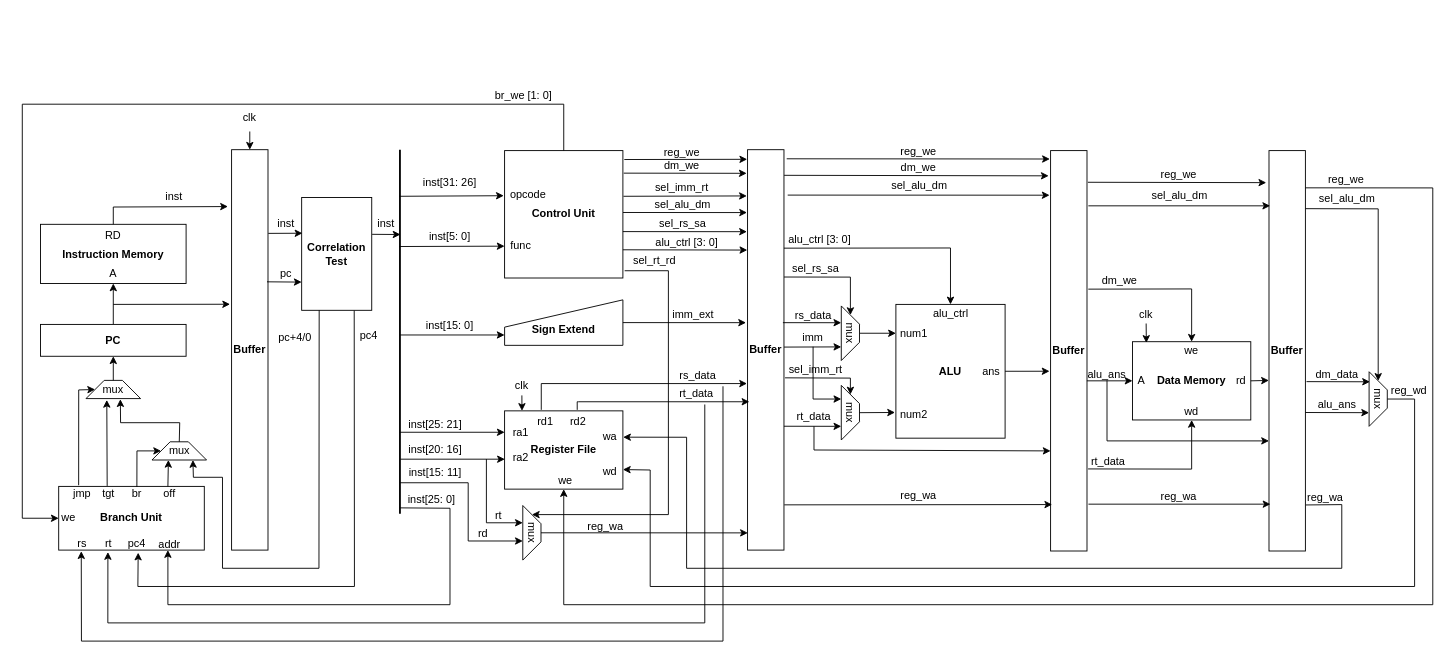
bingo123122121/pipelineCPU-group keeps this draw.io diagram as 流水线CPU.drawio. Above is the earlier version. Source tidied: cells renumbered, new cells numbered last; positions are measured from the earlier drawing's top-left corner, leaving out a move shared by most shapes. Both pictures are drawn from the tidied source at 91%, with x=0, y=0 at pixel (22, 86).
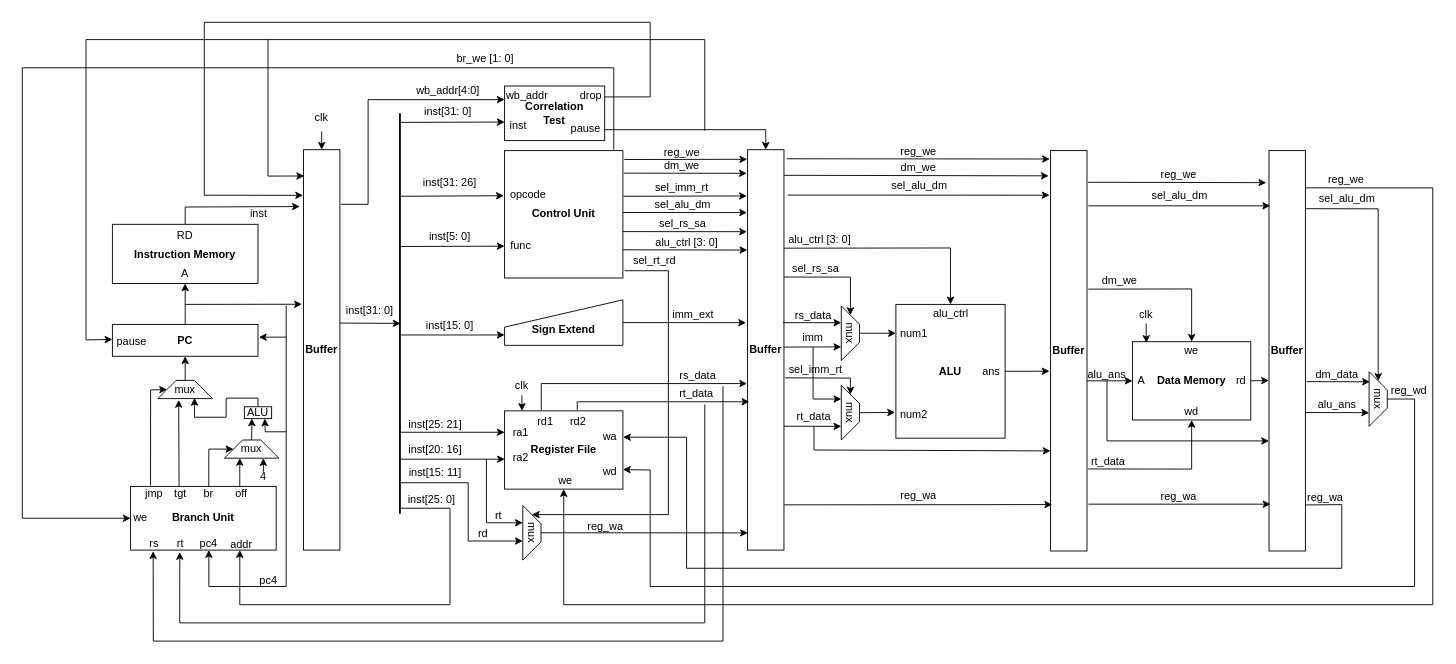
The same diagram, later.

Commit message:
上传流程图

The change refers to these unchanged cells:
```xml
<mxCell id="8" value="&lt;b&gt;Control Unit&lt;/b&gt;" style="rounded=0;whiteSpace=wrap;html=1;" parent="1" vertex="1">
  <mxGeometry x="530" y="70" width="130" height="140" as="geometry" />
</mxCell>
<mxCell id="40" value="&lt;b&gt;Buffer&lt;/b&gt;" style="rounded=0;whiteSpace=wrap;html=1;" parent="1" vertex="1">
  <mxGeometry x="797" y="69" width="40" height="440" as="geometry" />
</mxCell>
```

What changed in the source:
```diff
@@
     <mxCell id="2" value="&lt;b&gt;Buffer&lt;/b&gt;" style="rounded=0;whiteSpace=wrap;html=1;" parent="1" vertex="1">
-      <mxGeometry x="230" y="69" width="40" height="440" as="geometry" />
+      <mxGeometry x="309" y="69" width="40" height="440" as="geometry" />
     </mxCell>
@@
     <mxCell id="4" value="&lt;b&gt;PC&lt;/b&gt;" style="rounded=0;whiteSpace=wrap;html=1;" parent="1" vertex="1">
-      <mxGeometry x="20" y="261" width="160" height="35" as="geometry" />
+      <mxGeometry x="99" y="261" width="160" height="35" as="geometry" />
     </mxCell>
     <mxCell id="5" value="&lt;b&gt;Instruction Memory&lt;/b&gt;" style="rounded=0;whiteSpace=wrap;html=1;" parent="1" vertex="1">
-      <mxGeometry x="20" y="151" width="160" height="65" as="geometry" />
+      <mxGeometry x="99" y="151" width="160" height="65" as="geometry" />
     </mxCell>
     <mxCell id="6" value="A" style="text;html=1;strokeColor=none;fillColor=none;align=center;verticalAlign=middle;whiteSpace=wrap;rounded=0;" parent="1" vertex="1">
-      <mxGeometry x="70" y="190" width="60" height="30" as="geometry" />
+      <mxGeometry x="149" y="190" width="60" height="30" as="geometry" />
     </mxCell>
     <mxCell id="7" value="RD" style="text;html=1;strokeColor=none;fillColor=none;align=center;verticalAlign=middle;whiteSpace=wrap;rounded=0;" parent="1" vertex="1">
-      <mxGeometry x="70" y="149" width="60" height="30" as="geometry" />
+      <mxGeometry x="149" y="149" width="60" height="30" as="geometry" />
     </mxCell>
@@
     <mxCell id="9" style="line;strokeWidth=2;direction=south;html=1;" parent="1" vertex="1">
-      <mxGeometry x="410" y="69" width="10" height="400" as="geometry" />
+      <mxGeometry x="410" y="29" width="10" height="440" as="geometry" />
     </mxCell>
-    <mxCell id="10" value="inst" style="text;html=1;strokeColor=none;fillColor=none;align=center;verticalAlign=middle;whiteSpace=wrap;rounded=0;" parent="1" vertex="1">
-      <mxGeometry x="260" y="134.5" width="60" height="30" as="geometry" />
-    </mxCell>
@@
     <mxCell id="17" style="group;" parent="1" vertex="1">
-      <mxGeometry x="230" y="19" width="60" height="30" as="geometry" />
+      <mxGeometry x="309" y="19" width="60" height="30" as="geometry" />
     </mxCell>
@@
-    <mxCell id="30" style="endArrow=classic;html=1;rounded=0;entryX=0.323;entryY=0.442;entryDx=0;entryDy=0;entryPerimeter=0;exitX=1.005;exitY=0.617;exitDx=0;exitDy=0;exitPerimeter=0;" parent="1" edge="1">
-      <mxGeometry relative="1" as="geometry">
-        <mxPoint x="384.4" y="162" as="sourcePoint" />
-        <mxPoint x="415.6" y="162.2" as="targetPoint" />
-      </mxGeometry>
-    </mxCell>
@@
     <mxCell id="127" style="endArrow=classic;html=1;rounded=0;exitX=0.5;exitY=0;exitDx=0;exitDy=0;entryX=-0.1;entryY=0.142;entryDx=0;entryDy=0;entryPerimeter=0;" parent="1" edge="1" source="5" target="2">
       <mxGeometry relative="1" as="geometry">
         <Array as="points">
-          <mxPoint x="100" y="132" />
+          <mxPoint x="179" y="132" />
         </Array>
       </mxGeometry>
     </mxCell>
     <mxCell id="128" value="&lt;b&gt;Branch Unit&lt;/b&gt;" style="rounded=0;whiteSpace=wrap;html=1;" parent="1" vertex="1">
-      <mxGeometry x="40" y="439" width="160" height="70" as="geometry" />
+      <mxGeometry x="119" y="439" width="160" height="70" as="geometry" />
     </mxCell>
     <mxCell id="129" value="we" style="text;html=1;strokeColor=none;fillColor=none;align=center;verticalAlign=middle;whiteSpace=wrap;rounded=0;" parent="1" vertex="1">
-      <mxGeometry x="40" y="466.5" width="22" height="15" as="geometry" />
+      <mxGeometry x="119" y="466.5" width="22" height="15" as="geometry" />
     </mxCell>
     <mxCell id="130" value="rs" style="text;html=1;strokeColor=none;fillColor=none;align=center;verticalAlign=middle;whiteSpace=wrap;rounded=0;" parent="1" vertex="1">
-      <mxGeometry x="55" y="494" width="22" height="15" as="geometry" />
+      <mxGeometry x="134" y="494" width="22" height="15" as="geometry" />
     </mxCell>
     <mxCell id="131" value="rt" style="text;html=1;strokeColor=none;fillColor=none;align=center;verticalAlign=middle;whiteSpace=wrap;rounded=0;" parent="1" vertex="1">
-      <mxGeometry x="84" y="494" width="22" height="15" as="geometry" />
+      <mxGeometry x="163" y="494" width="22" height="15" as="geometry" />
     </mxCell>
     <mxCell id="132" value="pc4" style="text;html=1;strokeColor=none;fillColor=none;align=center;verticalAlign=middle;whiteSpace=wrap;rounded=0;" parent="1" vertex="1">
-      <mxGeometry x="115" y="494" width="22" height="15" as="geometry" />
+      <mxGeometry x="194" y="494" width="22" height="15" as="geometry" />
     </mxCell>
     <mxCell id="133" value="addr" style="text;html=1;strokeColor=none;fillColor=none;align=center;verticalAlign=middle;whiteSpace=wrap;rounded=0;" parent="1" vertex="1">
-      <mxGeometry x="146" y="495" width="32" height="15" as="geometry" />
+      <mxGeometry x="225" y="495" width="32" height="15" as="geometry" />
     </mxCell>
     <mxCell id="134" style="endArrow=classic;html=1;rounded=0;entryX=0.155;entryY=1.018;entryDx=0;entryDy=0;entryPerimeter=0;" parent="1" edge="1" target="128">
       <mxGeometry relative="1" as="geometry">
         <mxPoint x="770" y="329" as="sourcePoint" />
         <Array as="points">
           <mxPoint x="770" y="609" />
-          <mxPoint x="65" y="609" />
+          <mxPoint x="144" y="609" />
         </Array>
       </mxGeometry>
     </mxCell>
     <mxCell id="135" style="endArrow=classic;html=1;rounded=0;entryX=0.338;entryY=1.031;entryDx=0;entryDy=0;entryPerimeter=0;" parent="1" edge="1" target="128">
       <mxGeometry relative="1" as="geometry">
         <mxPoint x="750" y="349" as="sourcePoint" />
         <Array as="points">
           <mxPoint x="750" y="589" />
-          <mxPoint x="94" y="589" />
+          <mxPoint x="173" y="589" />
         </Array>
       </mxGeometry>
     </mxCell>
-    <mxCell id="136" style="endArrow=classic;html=1;rounded=0;exitX=0.5;exitY=0;exitDx=0;exitDy=0;entryX=0;entryY=0.5;entryDx=0;entryDy=0;" parent="1" edge="1" source="8" target="128">
+    <mxCell id="136" style="endArrow=classic;html=1;rounded=0;entryX=0;entryY=0.5;entryDx=0;entryDy=0;" parent="1" edge="1" target="128">
       <mxGeometry relative="1" as="geometry">
+        <mxPoint x="650" y="69" as="sourcePoint" />
         <Array as="points">
-          <mxPoint x="595" y="19" />
-          <mxPoint y="19" />
+          <mxPoint x="650" y="-21" />
+          <mxPoint y="-21" />
           <mxPoint y="474" />
         </Array>
       </mxGeometry>
     </mxCell>
     <mxCell id="137" value="br_we [1: 0]" style="text;html=1;strokeColor=none;fillColor=none;align=center;verticalAlign=middle;whiteSpace=wrap;rounded=0;" parent="1" vertex="1">
-      <mxGeometry x="516" width="70" height="19" as="geometry" />
+      <mxGeometry x="474" y="-41" width="70" height="19" as="geometry" />
     </mxCell>
     <mxCell id="138" value="jmp" style="text;html=1;strokeColor=none;fillColor=none;align=center;verticalAlign=middle;whiteSpace=wrap;rounded=0;" parent="1" vertex="1">
-      <mxGeometry x="55" y="439" width="22" height="15" as="geometry" />
+      <mxGeometry x="134" y="439" width="22" height="15" as="geometry" />
     </mxCell>
     <mxCell id="139" value="br" style="text;html=1;strokeColor=none;fillColor=none;align=center;verticalAlign=middle;whiteSpace=wrap;rounded=0;" parent="1" vertex="1">
-      <mxGeometry x="115" y="439" width="22" height="15" as="geometry" />
+      <mxGeometry x="194" y="439" width="22" height="15" as="geometry" />
     </mxCell>
     <mxCell id="140" value="tgt" style="text;html=1;strokeColor=none;fillColor=none;align=center;verticalAlign=middle;whiteSpace=wrap;rounded=0;" parent="1" vertex="1">
-      <mxGeometry x="84" y="439" width="22" height="15" as="geometry" />
+      <mxGeometry x="163" y="439" width="22" height="15" as="geometry" />
     </mxCell>
     <mxCell id="141" value="off" style="text;html=1;strokeColor=none;fillColor=none;align=center;verticalAlign=middle;whiteSpace=wrap;rounded=0;" parent="1" vertex="1">
-      <mxGeometry x="151" y="439" width="22" height="15" as="geometry" />
+      <mxGeometry x="230" y="439" width="22" height="15" as="geometry" />
     </mxCell>
-    <mxCell id="142" style="endArrow=classic;html=1;rounded=0;entryX=0.75;entryY=1;entryDx=0;entryDy=0;exitX=0.984;exitY=0.498;exitDx=0;exitDy=0;exitPerimeter=0;" parent="1" edge="1" source="9" target="128">
+    <mxCell id="142" style="endArrow=classic;html=1;rounded=0;entryX=0.75;entryY=1;entryDx=0;entryDy=0;" parent="1" edge="1" target="128">
       <mxGeometry relative="1" as="geometry">
+        <mxPoint x="415" y="463" as="sourcePoint" />
         <Array as="points">
           <mxPoint x="470" y="463" />
           <mxPoint x="470" y="569" />
-          <mxPoint x="160" y="569" />
+          <mxPoint x="239" y="569" />
         </Array>
       </mxGeometry>
     </mxCell>
@@
-    <mxCell id="144" style="endArrow=classic;html=1;rounded=0;exitX=0.75;exitY=1;exitDx=0;exitDy=0;entryX=0.546;entryY=1.04;entryDx=0;entryDy=0;entryPerimeter=0;" parent="1" edge="1" source="153" target="128">
-      <mxGeometry relative="1" as="geometry">
-        <Array as="points">
-          <mxPoint x="365" y="549" />
-          <mxPoint x="127" y="549" />
-        </Array>
-      </mxGeometry>
-    </mxCell>
     <mxCell id="145" value="mux" style="shape=trapezoid;perimeter=trapezoidPerimeter;whiteSpace=wrap;html=1;fixedSize=1;rotation=0;" parent="1" vertex="1">
-      <mxGeometry x="142.5" y="390" width="60" height="20" as="geometry" />
+      <mxGeometry x="222" y="388" width="60" height="20" as="geometry" />
     </mxCell>
-    <mxCell id="146" style="endArrow=classic;html=1;rounded=0;exitX=0.75;exitY=0;exitDx=0;exitDy=0;entryX=0.301;entryY=0.997;entryDx=0;entryDy=0;entryPerimeter=0;" parent="1" edge="1" source="128" target="145">
+    <mxCell id="146" style="endArrow=classic;html=1;rounded=0;exitX=0.75;exitY=0;exitDx=0;exitDy=0;entryX=0.283;entryY=0.99;entryDx=0;entryDy=0;entryPerimeter=0;" parent="1" edge="1" source="128" target="145">
       <mxGeometry relative="1" as="geometry" />
     </mxCell>
     <mxCell id="147" style="endArrow=classic;html=1;rounded=0;exitX=0.537;exitY=0.008;exitDx=0;exitDy=0;exitPerimeter=0;entryX=0;entryY=0.5;entryDx=0;entryDy=0;" parent="1" edge="1" source="128" target="145">
       <mxGeometry relative="1" as="geometry">
         <Array as="points">
-          <mxPoint x="126" y="400" />
+          <mxPoint x="205" y="398" />
         </Array>
       </mxGeometry>
     </mxCell>
     <mxCell id="148" value="mux" style="shape=trapezoid;perimeter=trapezoidPerimeter;whiteSpace=wrap;html=1;fixedSize=1;rotation=0;" parent="1" vertex="1">
-      <mxGeometry x="70" y="322.5" width="60" height="20" as="geometry" />
+      <mxGeometry x="149" y="322.5" width="60" height="20" as="geometry" />
     </mxCell>
@@
-    <mxCell id="150" style="endArrow=classic;html=1;rounded=0;exitX=0.5;exitY=0;exitDx=0;exitDy=0;entryX=0.629;entryY=1.035;entryDx=0;entryDy=0;entryPerimeter=0;" parent="1" edge="1" source="145" target="148">
-      <mxGeometry relative="1" as="geometry">
-        <Array as="points">
-          <mxPoint x="173" y="369" />
-          <mxPoint x="108" y="369" />
-        </Array>
-      </mxGeometry>
+    <mxCell id="150" style="endArrow=classic;html=1;rounded=0;exitX=0.5;exitY=0;exitDx=0;exitDy=0;entryX=0.276;entryY=0.984;entryDx=0;entryDy=0;entryPerimeter=0;" parent="1" edge="1" source="145" target="202">
+      <mxGeometry relative="1" as="geometry" />
     </mxCell>
     <mxCell id="151" style="endArrow=classic;html=1;rounded=0;exitX=0.137;exitY=-0.018;exitDx=0;exitDy=0;exitPerimeter=0;entryX=0;entryY=0.5;entryDx=0;entryDy=0;" parent="1" edge="1" source="128" target="148">
       <mxGeometry relative="1" as="geometry">
         <Array as="points">
-          <mxPoint x="62" y="333" />
+          <mxPoint x="141" y="333" />
         </Array>
       </mxGeometry>
     </mxCell>
@@
-    <mxCell id="153" value="&lt;b&gt;Correlation Test&lt;/b&gt;" style="rounded=0;whiteSpace=wrap;html=1;" parent="1" vertex="1">
-      <mxGeometry x="307" y="121.5" width="77" height="124" as="geometry" />
+    <mxCell id="153" value="&lt;b&gt;Correlation&lt;br&gt;Test&lt;/b&gt;" style="rounded=0;whiteSpace=wrap;html=1;" parent="1" vertex="1">
+      <mxGeometry x="530" y="-1" width="110" height="60" as="geometry" />
     </mxCell>
     <mxCell id="154" value="inst" style="text;html=1;strokeColor=none;fillColor=none;align=center;verticalAlign=middle;whiteSpace=wrap;rounded=0;" parent="1" vertex="1">
-      <mxGeometry x="137" y="106" width="60" height="30" as="geometry" />
+      <mxGeometry x="230" y="125" width="60" height="30" as="geometry" />
     </mxCell>
     <mxCell id="155" style="endArrow=classic;html=1;rounded=0;entryX=-0.042;entryY=0.386;entryDx=0;entryDy=0;entryPerimeter=0;" parent="1" edge="1" target="2">
       <mxGeometry relative="1" as="geometry">
-        <mxPoint x="100" y="239" as="sourcePoint" />
+        <mxPoint x="179" y="239" as="sourcePoint" />
       </mxGeometry>
     </mxCell>
-    <mxCell id="156" style="endArrow=classic;html=1;rounded=0;exitX=0.25;exitY=1;exitDx=0;exitDy=0;entryX=0.75;entryY=1;entryDx=0;entryDy=0;" parent="1" edge="1" source="153" target="145">
-      <mxGeometry relative="1" as="geometry">
-        <Array as="points">
-          <mxPoint x="326" y="529" />
-          <mxPoint x="220" y="529" />
-          <mxPoint x="220" y="429" />
-          <mxPoint x="188" y="429" />
-        </Array>
-      </mxGeometry>
-    </mxCell>
-    <mxCell id="157" value="pc4" style="text;html=1;strokeColor=none;fillColor=none;align=center;verticalAlign=middle;whiteSpace=wrap;rounded=0;" parent="1" vertex="1">
-      <mxGeometry x="370" y="265.7" width="22" height="15" as="geometry" />
-    </mxCell>
-    <mxCell id="158" value="pc+4/0" style="text;html=1;strokeColor=none;fillColor=none;align=center;verticalAlign=middle;whiteSpace=wrap;rounded=0;" parent="1" vertex="1">
-      <mxGeometry x="280" y="267.5" width="40" height="16" as="geometry" />
-    </mxCell>
@@
-    <mxCell id="173" style="endArrow=classic;html=1;rounded=0;exitX=0.915;exitY=0.498;exitDx=0;exitDy=0;exitPerimeter=0;" parent="1" edge="1" source="9">
+    <mxCell id="173" style="endArrow=classic;html=1;rounded=0;" parent="1" edge="1">
       <mxGeometry relative="1" as="geometry">
+        <mxPoint x="415" y="435" as="sourcePoint" />
         <mxPoint x="550" y="499" as="targetPoint" />
         <Array as="points">
           <mxPoint x="490" y="435" />
           <mxPoint x="490" y="499" />
         </Array>
       </mxGeometry>
     </mxCell>
@@
-    <mxCell id="180" style="endArrow=classic;html=1;rounded=0;exitX=1.008;exitY=0.209;exitDx=0;exitDy=0;exitPerimeter=0;entryX=0.011;entryY=0.317;entryDx=0;entryDy=0;entryPerimeter=0;" parent="1" edge="1" source="2" target="153">
-      <mxGeometry relative="1" as="geometry" />
-    </mxCell>
-    <mxCell id="181" style="endArrow=classic;html=1;rounded=0;entryX=0;entryY=0.75;entryDx=0;entryDy=0;exitX=0.973;exitY=0.33;exitDx=0;exitDy=0;exitPerimeter=0;" parent="1" edge="1" source="2" target="153">
-      <mxGeometry relative="1" as="geometry" />
-    </mxCell>
-    <mxCell id="182" value="pc" style="text;html=1;strokeColor=none;fillColor=none;align=center;verticalAlign=middle;whiteSpace=wrap;rounded=0;" parent="1" vertex="1">
-      <mxGeometry x="279" y="197.5" width="22" height="15" as="geometry" />
-    </mxCell>
-    <mxCell id="183" value="inst" style="text;html=1;strokeColor=none;fillColor=none;align=center;verticalAlign=middle;whiteSpace=wrap;rounded=0;" parent="1" vertex="1">
-      <mxGeometry x="370" y="134.5" width="60" height="30" as="geometry" />
-    </mxCell>
@@
+    <mxCell id="185" style="endArrow=classic;html=1;entryX=0.001;entryY=0.66;entryDx=0;entryDy=0;entryPerimeter=0;" parent="1" edge="1" target="153">
+      <mxGeometry relative="1" as="geometry">
+        <mxPoint x="415.1" y="39" as="sourcePoint" />
+      </mxGeometry>
+    </mxCell>
+    <mxCell id="186" value="inst[31: 0]" style="text;html=1;strokeColor=none;fillColor=none;align=center;verticalAlign=middle;whiteSpace=wrap;rounded=0;" parent="1" vertex="1">
+      <mxGeometry x="418" y="12" width="100" height="30" as="geometry" />
+    </mxCell>
+    <mxCell id="187" style="endArrow=classic;html=1;exitX=1.003;exitY=0.433;exitDx=0;exitDy=0;exitPerimeter=0;entryX=0.837;entryY=0.963;entryDx=0;entryDy=0;entryPerimeter=0;" parent="1" edge="1" source="2" target="188">
+      <mxGeometry relative="1" as="geometry" />
+    </mxCell>
+    <mxCell id="188" value="inst[31: 0]" style="text;html=1;strokeColor=none;fillColor=none;align=center;verticalAlign=middle;whiteSpace=wrap;rounded=0;" parent="1" vertex="1">
+      <mxGeometry x="332" y="231" width="100" height="30" as="geometry" />
+    </mxCell>
+    <mxCell id="189" value="inst" style="text;whiteSpace=wrap;html=1;" parent="1" vertex="1">
+      <mxGeometry x="534" y="29" width="40" height="30" as="geometry" />
+    </mxCell>
+    <mxCell id="190" value="pause" style="text;whiteSpace=wrap;html=1;" parent="1" vertex="1">
+      <mxGeometry x="601" y="32" width="39" height="30" as="geometry" />
+    </mxCell>
+    <mxCell id="191" style="endArrow=classic;html=1;rounded=0;entryX=0.5;entryY=0;entryDx=0;entryDy=0;" parent="1" edge="1" source="190" target="40">
+      <mxGeometry relative="1" as="geometry">
+        <Array as="points">
+          <mxPoint x="817" y="47" />
+        </Array>
+      </mxGeometry>
+    </mxCell>
+    <mxCell id="192" style="endArrow=classic;html=1;rounded=0;entryX=0.017;entryY=0.068;entryDx=0;entryDy=0;entryPerimeter=0;" parent="1" edge="1">
+      <mxGeometry relative="1" as="geometry">
+        <mxPoint x="750" y="48" as="sourcePoint" />
+        <mxPoint x="309.7" y="97.9" as="targetPoint" />
+        <Array as="points">
+          <mxPoint x="750" y="-52" />
+          <mxPoint x="270" y="-52" />
+          <mxPoint x="270" y="98" />
+        </Array>
+      </mxGeometry>
+    </mxCell>
+    <mxCell id="193" style="endArrow=classic;html=1;entryX=0;entryY=0.5;entryDx=0;entryDy=0;rounded=0;" parent="1" edge="1">
+      <mxGeometry relative="1" as="geometry">
+        <mxPoint x="270" y="-52" as="sourcePoint" />
+        <mxPoint x="99" y="277.5" as="targetPoint" />
+        <Array as="points">
+          <mxPoint x="70" y="-52" />
+          <mxPoint x="70" y="278" />
+        </Array>
+      </mxGeometry>
+    </mxCell>
+    <mxCell id="194" value="pause" style="text;whiteSpace=wrap;html=1;" parent="1" vertex="1">
+      <mxGeometry x="102" y="265.5" width="39" height="30" as="geometry" />
+    </mxCell>
+    <mxCell id="195" value="4" style="text;html=1;strokeColor=none;fillColor=none;align=center;verticalAlign=middle;whiteSpace=wrap;rounded=0;" parent="1" vertex="1">
+      <mxGeometry x="254" y="421" width="22" height="15" as="geometry" />
+    </mxCell>
+    <mxCell id="196" style="endArrow=classic;html=1;" parent="1" edge="1">
+      <mxGeometry relative="1" as="geometry">
+        <mxPoint x="265" y="423" as="sourcePoint" />
+        <mxPoint x="264.8" y="408" as="targetPoint" />
+      </mxGeometry>
+    </mxCell>
+    <mxCell id="197" style="endArrow=classic;html=1;entryX=0.5;entryY=1;entryDx=0;entryDy=0;rounded=0;" parent="1" edge="1" target="132">
+      <mxGeometry relative="1" as="geometry">
+        <mxPoint x="290" y="379" as="sourcePoint" />
+        <Array as="points">
+          <mxPoint x="290" y="549" />
+          <mxPoint x="205" y="549" />
+        </Array>
+      </mxGeometry>
+    </mxCell>
+    <mxCell id="157" value="pc4" style="text;whiteSpace=wrap;html=1;" parent="1" vertex="1">
+      <mxGeometry x="259" y="529" width="31" height="30" as="geometry" />
+    </mxCell>
+    <mxCell id="198" value="drop" style="text;whiteSpace=wrap;html=1;" parent="1" vertex="1">
+      <mxGeometry x="611" y="-4" width="29" height="30" as="geometry" />
+    </mxCell>
+    <mxCell id="199" style="endArrow=classic;html=1;exitX=1;exitY=0.5;exitDx=0;exitDy=0;entryX=-0.012;entryY=0.114;entryDx=0;entryDy=0;entryPerimeter=0;rounded=0;" parent="1" edge="1" source="198" target="2">
+      <mxGeometry relative="1" as="geometry">
+        <Array as="points">
+          <mxPoint x="690" y="11" />
+          <mxPoint x="690" y="-71" />
+          <mxPoint x="200" y="-71" />
+          <mxPoint x="200" y="119" />
+        </Array>
+      </mxGeometry>
+    </mxCell>
+    <mxCell id="200" style="endArrow=classic;html=1;entryX=0.75;entryY=1;entryDx=0;entryDy=0;rounded=0;" parent="1" edge="1" target="202">
+      <mxGeometry relative="1" as="geometry">
+        <mxPoint x="290" y="240" as="sourcePoint" />
+        <Array as="points">
+          <mxPoint x="290" y="379" />
+          <mxPoint x="267" y="379" />
+        </Array>
+      </mxGeometry>
+    </mxCell>
+    <mxCell id="201" style="edgeStyle=orthogonalEdgeStyle;rounded=0;jettySize=auto;html=1;exitX=0.5;exitY=0;exitDx=0;exitDy=0;entryX=0.671;entryY=0.965;entryDx=0;entryDy=0;entryPerimeter=0;" parent="1" edge="1" source="202" target="148">
+      <mxGeometry relative="1" as="geometry">
+        <Array as="points">
+          <mxPoint x="259" y="342" />
+          <mxPoint x="224" y="342" />
+          <mxPoint x="224" y="363" />
+          <mxPoint x="189" y="363" />
+        </Array>
+      </mxGeometry>
+    </mxCell>
+    <mxCell id="202" value="ALU" style="rounded=0;whiteSpace=wrap;html=1;" parent="1" vertex="1">
+      <mxGeometry x="244" y="351.5" width="30" height="13" as="geometry" />
+    </mxCell>
+    <mxCell id="203" style="endArrow=classic;html=1;" parent="1" edge="1">
+      <mxGeometry relative="1" as="geometry">
+        <mxPoint x="290" y="275" as="sourcePoint" />
+        <mxPoint x="260" y="275" as="targetPoint" />
+      </mxGeometry>
+    </mxCell>
+    <mxCell id="204" style="endArrow=classic;html=1;entryX=0;entryY=0.25;entryDx=0;entryDy=0;rounded=0;" parent="1" edge="1" target="153">
+      <mxGeometry relative="1" as="geometry">
+        <mxPoint x="350" y="129" as="sourcePoint" />
+        <Array as="points">
+          <mxPoint x="380" y="129" />
+          <mxPoint x="380" y="14" />
+        </Array>
+      </mxGeometry>
+    </mxCell>
+    <mxCell id="205" value="wb_addr[4:0]" style="text;html=1;strokeColor=none;fillColor=none;align=center;verticalAlign=middle;whiteSpace=wrap;rounded=0;" parent="1" vertex="1">
+      <mxGeometry x="418" y="-11" width="100" height="30" as="geometry" />
+    </mxCell>
+    <mxCell id="206" value="wb_addr" style="text;html=1;strokeColor=none;fillColor=none;align=center;verticalAlign=middle;whiteSpace=wrap;rounded=0;" parent="1" vertex="1">
+      <mxGeometry x="525" y="-5" width="60" height="30" as="geometry" />
+    </mxCell>
```
